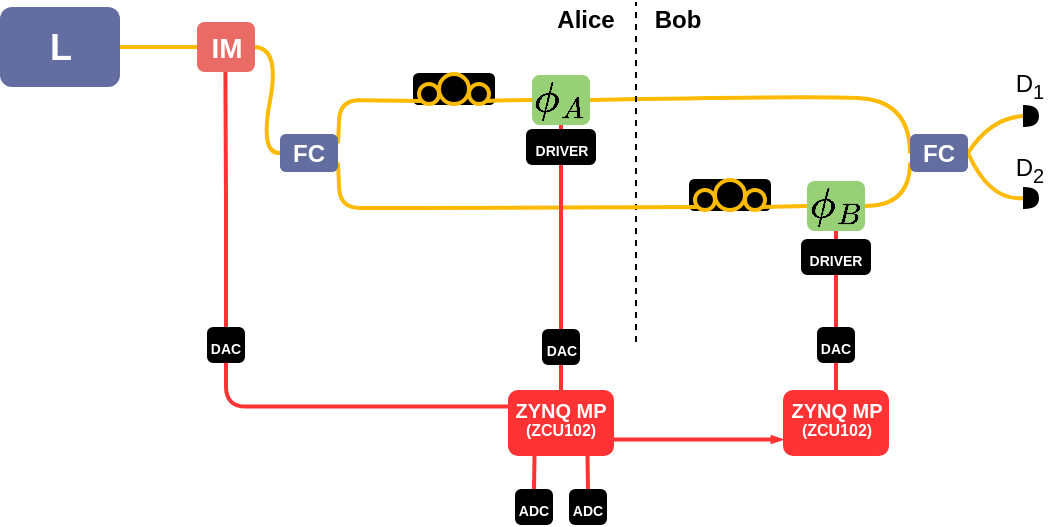
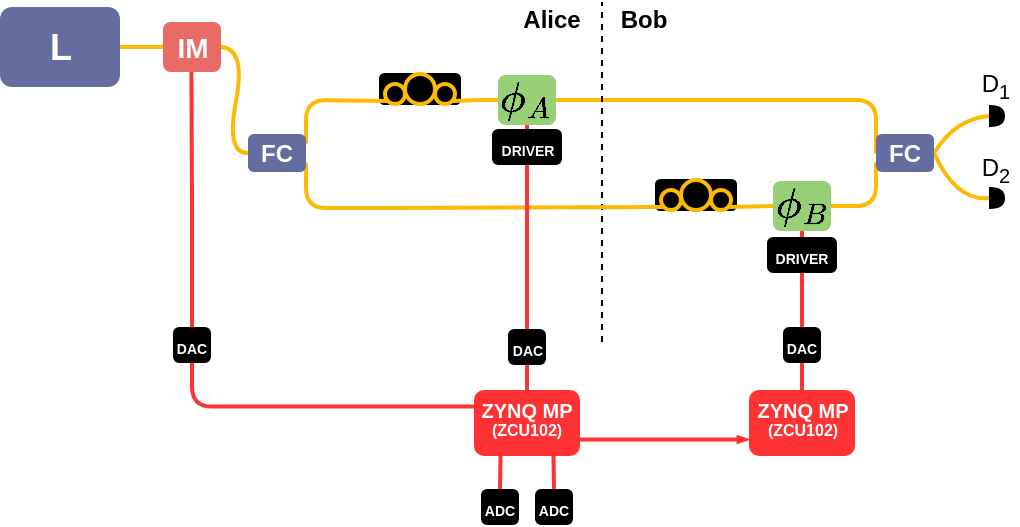
<mxfile host="app.diagrams.net">
  <diagram name="Page-1" id="bt3NkpqjZS3cuYJrdS0t">
-     <mxGraphModel dx="589" dy="371" grid="1" gridSize="10" guides="1" tooltips="1" connect="1" arrows="1" fold="1" page="1" pageScale="1" pageWidth="850" pageHeight="1100" math="1" shadow="0">
+     <mxGraphModel dx="710" dy="448" grid="1" gridSize="10" guides="1" tooltips="1" connect="1" arrows="1" fold="1" page="1" pageScale="1" pageWidth="850" pageHeight="1100" math="1" shadow="0">
      <root>
        <mxCell id="0" />
        <mxCell id="1" parent="0" />
        <mxCell id="ALIwHZp58yYmGM4V3dEf-1" edge="1" parent="1" source="ALIwHZp58yYmGM4V3dEf-6" style="edgeStyle=orthogonalEdgeStyle;rounded=1;orthogonalLoop=1;jettySize=auto;html=1;entryX=0.5;entryY=1;entryDx=0;entryDy=0;endArrow=none;endFill=0;strokeColor=#FF3333;strokeWidth=2;exitX=0;exitY=0.25;exitDx=0;exitDy=0;curved=0;" target="ALIwHZp58yYmGM4V3dEf-55">
          <mxGeometry relative="1" as="geometry">
            <mxPoint x="297.3" y="288" as="sourcePoint" />
            <mxPoint x="297" y="193" as="targetPoint" />
          </mxGeometry>
        </mxCell>
        <mxCell id="ALIwHZp58yYmGM4V3dEf-2" edge="1" parent="1" source="ALIwHZp58yYmGM4V3dEf-55" style="edgeStyle=orthogonalEdgeStyle;rounded=0;orthogonalLoop=1;jettySize=auto;html=1;entryX=0.5;entryY=1;entryDx=0;entryDy=0;endArrow=none;endFill=0;strokeColor=#FF3333;strokeWidth=2;exitX=0.5;exitY=0;exitDx=0;exitDy=0;">
          <mxGeometry relative="1" as="geometry">
            <mxPoint x="292.7" y="125" as="sourcePoint" />
            <mxPoint x="292.7" y="76" as="targetPoint" />
          </mxGeometry>
        </mxCell>
        <mxCell id="ALIwHZp58yYmGM4V3dEf-3" edge="1" parent="1" source="ALIwHZp58yYmGM4V3dEf-53" style="edgeStyle=orthogonalEdgeStyle;rounded=0;orthogonalLoop=1;jettySize=auto;html=1;entryX=0.75;entryY=1;entryDx=0;entryDy=0;endArrow=none;endFill=0;strokeColor=#FF3333;strokeWidth=2;exitX=0.5;exitY=0;exitDx=0;exitDy=0;" target="ALIwHZp58yYmGM4V3dEf-6">
          <mxGeometry relative="1" as="geometry">
            <mxPoint x="479" y="291" as="sourcePoint" />
            <mxPoint x="479" y="274" as="targetPoint" />
          </mxGeometry>
        </mxCell>
        <mxCell id="ALIwHZp58yYmGM4V3dEf-4" edge="1" parent="1" source="ALIwHZp58yYmGM4V3dEf-54" style="edgeStyle=orthogonalEdgeStyle;rounded=0;orthogonalLoop=1;jettySize=auto;html=1;entryX=0.25;entryY=1;entryDx=0;entryDy=0;endArrow=none;endFill=0;strokeColor=#FF3333;strokeWidth=2;exitX=0.5;exitY=0;exitDx=0;exitDy=0;" target="ALIwHZp58yYmGM4V3dEf-6">
          <mxGeometry relative="1" as="geometry">
            <mxPoint x="446" y="285" as="sourcePoint" />
            <mxPoint x="446" y="270" as="targetPoint" />
          </mxGeometry>
        </mxCell>
        <mxCell id="ALIwHZp58yYmGM4V3dEf-5" edge="1" parent="1" source="ALIwHZp58yYmGM4V3dEf-45" style="edgeStyle=orthogonalEdgeStyle;rounded=0;orthogonalLoop=1;jettySize=auto;html=1;entryX=1;entryY=0.75;entryDx=0;entryDy=0;endArrow=none;endFill=0;strokeColor=#FF3333;strokeWidth=2;exitX=0;exitY=0.75;exitDx=0;exitDy=0;startArrow=blockThin;startFill=1;startSize=1;" target="ALIwHZp58yYmGM4V3dEf-6">
          <mxGeometry relative="1" as="geometry">
            <mxPoint x="542" y="301" as="sourcePoint" />
            <mxPoint x="542" y="252" as="targetPoint" />
          </mxGeometry>
        </mxCell>
        <mxCell id="ALIwHZp58yYmGM4V3dEf-6" parent="1" style="rounded=1;whiteSpace=wrap;html=1;fillColor=#FF3333;strokeColor=none;" value="&lt;div&gt;&lt;b&gt;&lt;font style=&quot;font-size: 10px; color: rgb(255, 255, 255);&quot;&gt;ZYNQ MP&lt;/font&gt;&lt;/b&gt;&lt;/div&gt;&lt;b&gt;&lt;font style=&quot;font-size: 8px; color: rgba(0, 0, 0, 0);&quot;&gt;(ZCU104)&lt;/font&gt;&lt;/b&gt;" vertex="1">
          <mxGeometry height="33" width="53" x="434" y="235" as="geometry" />
        </mxCell>
        <mxCell id="ALIwHZp58yYmGM4V3dEf-7" edge="1" parent="1" source="ALIwHZp58yYmGM4V3dEf-49" style="edgeStyle=orthogonalEdgeStyle;rounded=0;orthogonalLoop=1;jettySize=auto;html=1;entryX=0.5;entryY=1;entryDx=0;entryDy=0;endArrow=none;endFill=0;strokeColor=#FF3333;strokeWidth=2;exitX=0.5;exitY=0;exitDx=0;exitDy=0;" target="ALIwHZp58yYmGM4V3dEf-32">
          <mxGeometry relative="1" as="geometry">
            <mxPoint x="623.52" y="227" as="sourcePoint" />
            <mxPoint x="623.02" y="181" as="targetPoint" />
          </mxGeometry>
        </mxCell>
        <mxCell id="ALIwHZp58yYmGM4V3dEf-8" edge="1" parent="1" source="ALIwHZp58yYmGM4V3dEf-11" style="endArrow=none;html=1;rounded=0;curved=1;strokeColor=#FCBA03;strokeWidth=2;exitX=0;exitY=0.5;exitDx=0;exitDy=0;entryX=1;entryY=0.5;entryDx=0;entryDy=0;exitPerimeter=0;" target="ALIwHZp58yYmGM4V3dEf-43" value="">
          <mxGeometry height="50" relative="1" width="50" as="geometry">
            <Array as="points">
              <mxPoint x="675" y="141" />
            </Array>
            <mxPoint x="693" y="139.9999999999999" as="sourcePoint" />
            <mxPoint x="665" y="120.99999999999989" as="targetPoint" />
          </mxGeometry>
        </mxCell>
        <mxCell id="ALIwHZp58yYmGM4V3dEf-9" edge="1" parent="1" source="ALIwHZp58yYmGM4V3dEf-25" style="endArrow=none;html=1;rounded=0;curved=1;strokeColor=#FCBA03;strokeWidth=2;exitX=0;exitY=0.5;exitDx=0;exitDy=0;entryX=1;entryY=0.5;entryDx=0;entryDy=0;exitPerimeter=0;" target="ALIwHZp58yYmGM4V3dEf-43" value="">
          <mxGeometry height="50" relative="1" width="50" as="geometry">
            <Array as="points">
              <mxPoint x="675" y="99" />
            </Array>
            <mxPoint x="692" y="208" as="sourcePoint" />
            <mxPoint x="674" y="165" as="targetPoint" />
          </mxGeometry>
        </mxCell>
-         <mxCell id="ALIwHZp58yYmGM4V3dEf-10" edge="1" parent="1" source="ALIwHZp58yYmGM4V3dEf-32" style="endArrow=none;html=1;rounded=0;strokeWidth=2;strokeColor=#FCBA03;curved=1;entryX=0;entryY=0.75;entryDx=0;entryDy=0;exitX=1;exitY=0.5;exitDx=0;exitDy=0;" target="ALIwHZp58yYmGM4V3dEf-43" value="">
+         <mxCell id="ALIwHZp58yYmGM4V3dEf-10" edge="1" parent="1" source="ALIwHZp58yYmGM4V3dEf-32" style="endArrow=none;html=1;rounded=1;strokeWidth=2;strokeColor=#FCBA03;curved=0;entryX=0;entryY=0.75;entryDx=0;entryDy=0;exitX=1;exitY=0.5;exitDx=0;exitDy=0;" target="ALIwHZp58yYmGM4V3dEf-43" value="">
          <mxGeometry height="50" relative="1" width="50" as="geometry">
            <Array as="points">
              <mxPoint x="635" y="143" />
            </Array>
            <mxPoint x="614" y="145" as="sourcePoint" />
            <mxPoint x="692.5" y="143" as="targetPoint" />
          </mxGeometry>
        </mxCell>
        <mxCell id="ALIwHZp58yYmGM4V3dEf-11" parent="1" style="shape=or;whiteSpace=wrap;html=1;rotation=0;fillColor=#000000;" value="" vertex="1">
          <mxGeometry height="10" width="7" x="692" y="134" as="geometry" />
        </mxCell>
        <mxCell id="ALIwHZp58yYmGM4V3dEf-12" parent="1" style="rounded=1;whiteSpace=wrap;html=1;fillColor=#636DA0;strokeColor=none;" value="" vertex="1">
-           <mxGeometry height="40" width="60" x="180" y="43.5" as="geometry" />
+           <mxGeometry height="40" width="60" x="197" y="43.5" as="geometry" />
        </mxCell>
        <mxCell id="ALIwHZp58yYmGM4V3dEf-13" parent="1" style="text;html=1;whiteSpace=wrap;strokeColor=none;fillColor=none;align=center;verticalAlign=middle;rounded=0;" value="&lt;div align=&quot;center&quot;&gt;&lt;font style=&quot;font-size: 18px; color: rgb(255, 255, 255);&quot;&gt;&lt;b&gt;L&lt;/b&gt;&lt;/font&gt;&lt;/div&gt;" vertex="1">
-           <mxGeometry height="15" width="35" x="192.5" y="56" as="geometry" />
+           <mxGeometry height="15" width="35" x="209.5" y="56" as="geometry" />
        </mxCell>
        <mxCell id="ALIwHZp58yYmGM4V3dEf-14" edge="1" parent="1" source="ALIwHZp58yYmGM4V3dEf-42" style="endArrow=none;html=1;rounded=0;curved=1;strokeColor=#FCBA03;strokeWidth=2;exitX=0;exitY=0.5;exitDx=0;exitDy=0;entryX=1;entryY=0.5;entryDx=0;entryDy=0;" target="ALIwHZp58yYmGM4V3dEf-38" value="">
          <mxGeometry height="50" relative="1" width="50" as="geometry">
            <Array as="points">
              <mxPoint x="310" y="117" />
              <mxPoint x="320" y="64" />
            </Array>
            <mxPoint x="318.5" y="102" as="sourcePoint" />
            <mxPoint x="311" y="87" as="targetPoint" />
          </mxGeometry>
        </mxCell>
        <mxCell id="ALIwHZp58yYmGM4V3dEf-15" parent="1" style="rounded=1;whiteSpace=wrap;html=1;fillColor=#000000;" value="" vertex="1">
          <mxGeometry height="15" width="40" x="387" y="77" as="geometry" />
        </mxCell>
        <mxCell id="ALIwHZp58yYmGM4V3dEf-16" parent="1" style="ellipse;whiteSpace=wrap;html=1;aspect=fixed;fillColor=#000000;strokeColor=light-dark(#FCBA03,#593A00);strokeWidth=2;" value="" vertex="1">
          <mxGeometry height="15" width="15" x="399.5" y="77" as="geometry" />
        </mxCell>
        <mxCell id="ALIwHZp58yYmGM4V3dEf-17" parent="1" style="ellipse;whiteSpace=wrap;html=1;aspect=fixed;fillColor=#000000;strokeColor=#FCBA03;strokeWidth=2;" value="" vertex="1">
          <mxGeometry height="10" width="10" x="389.5" y="82" as="geometry" />
        </mxCell>
        <mxCell id="ALIwHZp58yYmGM4V3dEf-18" parent="1" style="ellipse;whiteSpace=wrap;html=1;aspect=fixed;fillColor=#000000;strokeColor=#FCBA03;strokeWidth=2;" value="" vertex="1">
          <mxGeometry height="10" width="10" x="414.5" y="82" as="geometry" />
        </mxCell>
        <mxCell id="ALIwHZp58yYmGM4V3dEf-19" edge="1" parent="1" source="ALIwHZp58yYmGM4V3dEf-42" style="endArrow=none;html=1;rounded=1;curved=0;strokeWidth=2;strokeColor=#FCBA03;exitX=1;exitY=0.25;exitDx=0;exitDy=0;entryX=0;entryY=1;entryDx=0;entryDy=0;" target="ALIwHZp58yYmGM4V3dEf-17" value="">
          <mxGeometry height="50" relative="1" width="50" as="geometry">
            <Array as="points">
              <mxPoint x="350" y="90" />
            </Array>
            <mxPoint x="349" y="97" as="sourcePoint" />
            <mxPoint x="380" y="90" as="targetPoint" />
          </mxGeometry>
        </mxCell>
-         <mxCell id="ALIwHZp58yYmGM4V3dEf-20" edge="1" parent="1" source="ALIwHZp58yYmGM4V3dEf-18" style="endArrow=none;html=1;rounded=0;strokeWidth=2;strokeColor=#FCBA03;exitX=1;exitY=1;exitDx=0;exitDy=0;curved=1;entryX=0;entryY=0.5;entryDx=0;entryDy=0;" target="ALIwHZp58yYmGM4V3dEf-23" value="">
+         <mxCell id="ALIwHZp58yYmGM4V3dEf-20" edge="1" parent="1" source="ALIwHZp58yYmGM4V3dEf-18" style="endArrow=none;html=1;rounded=0;strokeWidth=2;strokeColor=#FCBA03;exitX=1;exitY=1;exitDx=0;exitDy=0;curved=0;entryX=0;entryY=0.5;entryDx=0;entryDy=0;" target="ALIwHZp58yYmGM4V3dEf-23" value="">
          <mxGeometry height="50" relative="1" width="50" as="geometry">
            <Array as="points">
              <mxPoint x="437" y="90" />
            </Array>
            <mxPoint x="450" y="109" as="sourcePoint" />
            <mxPoint x="445" y="91" as="targetPoint" />
          </mxGeometry>
        </mxCell>
        <mxCell id="ALIwHZp58yYmGM4V3dEf-21" parent="1" style="text;html=1;whiteSpace=wrap;strokeColor=none;fillColor=none;align=center;verticalAlign=middle;rounded=0;" value="D&lt;sub&gt;1&lt;/sub&gt;" vertex="1">
          <mxGeometry height="12" width="22" x="684" y="77" as="geometry" />
        </mxCell>
        <mxCell id="ALIwHZp58yYmGM4V3dEf-22" parent="1" style="text;html=1;whiteSpace=wrap;strokeColor=none;fillColor=none;align=center;verticalAlign=middle;rounded=0;" value="D&lt;sub&gt;2&lt;/sub&gt;" vertex="1">
          <mxGeometry height="13" width="22" x="684" y="118" as="geometry" />
        </mxCell>
        <mxCell id="ALIwHZp58yYmGM4V3dEf-23" parent="1" style="rounded=1;whiteSpace=wrap;html=1;fillColor=#97D077;strokeColor=none;" value="&lt;b&gt;&lt;font style=&quot;font-size: 18px;&quot;&gt;$$\phi_A$$&lt;/font&gt;&lt;/b&gt;" vertex="1">
          <mxGeometry height="25" width="29" x="446" y="77.5" as="geometry" />
        </mxCell>
-         <mxCell id="ALIwHZp58yYmGM4V3dEf-24" edge="1" parent="1" source="ALIwHZp58yYmGM4V3dEf-23" style="endArrow=none;html=1;rounded=0;strokeWidth=2;strokeColor=#FCBA03;curved=1;entryX=0;entryY=0.25;entryDx=0;entryDy=0;exitX=1;exitY=0.5;exitDx=0;exitDy=0;" value="">
-           <mxGeometry height="50" relative="1" width="50" as="geometry">
-             <Array as="points">
-               <mxPoint x="582" y="88" />
+         <mxCell id="ALIwHZp58yYmGM4V3dEf-24" edge="1" parent="1" source="ALIwHZp58yYmGM4V3dEf-23" style="endArrow=none;html=1;rounded=1;strokeWidth=2;strokeColor=#FCBA03;curved=0;entryX=0;entryY=0.25;entryDx=0;entryDy=0;exitX=1;exitY=0.5;exitDx=0;exitDy=0;" value="">
+           <mxGeometry height="50" relative="1" width="50" as="geometry">
+             <Array as="points">
              <mxPoint x="635" y="90" />
            </Array>
            <mxPoint x="489" y="103" as="sourcePoint" />
            <mxPoint x="635" y="116.75" as="targetPoint" />
          </mxGeometry>
        </mxCell>
        <mxCell id="ALIwHZp58yYmGM4V3dEf-25" parent="1" style="shape=or;whiteSpace=wrap;html=1;rotation=0;fillColor=#000000;" value="" vertex="1">
          <mxGeometry height="10" width="7" x="692" y="93" as="geometry" />
        </mxCell>
        <mxCell id="ALIwHZp58yYmGM4V3dEf-26" edge="1" parent="1" style="endArrow=none;dashed=1;html=1;rounded=0;" value="">
          <mxGeometry height="50" relative="1" width="50" as="geometry">
            <mxPoint x="498" y="211" as="sourcePoint" />
            <mxPoint x="498" y="41" as="targetPoint" />
          </mxGeometry>
        </mxCell>
        <mxCell id="ALIwHZp58yYmGM4V3dEf-27" parent="1" style="rounded=1;whiteSpace=wrap;html=1;fillColor=#000000;" value="" vertex="1">
          <mxGeometry height="15" width="40" x="525" y="130" as="geometry" />
        </mxCell>
        <mxCell id="ALIwHZp58yYmGM4V3dEf-28" parent="1" style="ellipse;whiteSpace=wrap;html=1;aspect=fixed;fillColor=#000000;strokeColor=light-dark(#FCBA03,#593A00);strokeWidth=2;" value="" vertex="1">
          <mxGeometry height="15" width="15" x="537.5" y="130" as="geometry" />
        </mxCell>
        <mxCell id="ALIwHZp58yYmGM4V3dEf-29" parent="1" style="ellipse;whiteSpace=wrap;html=1;aspect=fixed;fillColor=#000000;strokeColor=#FCBA03;strokeWidth=2;" value="" vertex="1">
          <mxGeometry height="10" width="10" x="527.5" y="135" as="geometry" />
        </mxCell>
        <mxCell id="ALIwHZp58yYmGM4V3dEf-30" parent="1" style="ellipse;whiteSpace=wrap;html=1;aspect=fixed;fillColor=#000000;strokeColor=#FCBA03;strokeWidth=2;" value="" vertex="1">
          <mxGeometry height="10" width="10" x="552.5" y="135" as="geometry" />
        </mxCell>
-         <mxCell id="ALIwHZp58yYmGM4V3dEf-31" edge="1" parent="1" source="ALIwHZp58yYmGM4V3dEf-30" style="endArrow=none;html=1;rounded=0;strokeWidth=2;strokeColor=#FCBA03;exitX=1;exitY=1;exitDx=0;exitDy=0;curved=1;entryX=0;entryY=0.5;entryDx=0;entryDy=0;" target="ALIwHZp58yYmGM4V3dEf-32" value="">
+         <mxCell id="ALIwHZp58yYmGM4V3dEf-31" edge="1" parent="1" source="ALIwHZp58yYmGM4V3dEf-30" style="endArrow=none;html=1;rounded=0;strokeWidth=2;strokeColor=#FCBA03;exitX=1;exitY=1;exitDx=0;exitDy=0;curved=0;entryX=0;entryY=0.5;entryDx=0;entryDy=0;" target="ALIwHZp58yYmGM4V3dEf-32" value="">
          <mxGeometry height="50" relative="1" width="50" as="geometry">
            <Array as="points" />
            <mxPoint x="587" y="162" as="sourcePoint" />
            <mxPoint x="570" y="130" as="targetPoint" />
          </mxGeometry>
        </mxCell>
        <mxCell id="ALIwHZp58yYmGM4V3dEf-32" parent="1" style="rounded=1;whiteSpace=wrap;html=1;fillColor=#97D077;strokeColor=none;" value="&lt;b&gt;&lt;font style=&quot;font-size: 18px;&quot;&gt;$$\phi_B$$&lt;/font&gt;&lt;/b&gt;" vertex="1">
          <mxGeometry height="25" width="29" x="583.5" y="130.5" as="geometry" />
        </mxCell>
        <mxCell id="ALIwHZp58yYmGM4V3dEf-33" edge="1" parent="1" source="ALIwHZp58yYmGM4V3dEf-42" style="endArrow=none;html=1;rounded=1;curved=0;strokeWidth=2;strokeColor=#FCBA03;entryX=0;entryY=1;entryDx=0;entryDy=0;exitX=1;exitY=0.75;exitDx=0;exitDy=0;" target="ALIwHZp58yYmGM4V3dEf-29" value="">
          <mxGeometry height="50" relative="1" width="50" as="geometry">
            <Array as="points">
              <mxPoint x="350" y="144" />
              <mxPoint x="380" y="144" />
            </Array>
-             <mxPoint x="360" y="160" as="sourcePoint" />
+             <mxPoint x="350" y="120" as="sourcePoint" />
            <mxPoint x="377.96446609406723" y="142.53553390593277" as="targetPoint" />
          </mxGeometry>
        </mxCell>
        <mxCell id="ALIwHZp58yYmGM4V3dEf-38" parent="1" style="rounded=1;whiteSpace=wrap;html=1;fillColor=#EA6B66;strokeColor=none;" value="&lt;font style=&quot;font-size: 14px; color: rgb(255, 255, 255);&quot;&gt;&lt;b&gt;&lt;font&gt;IM&lt;/font&gt;&lt;/b&gt;&lt;/font&gt;" vertex="1">
          <mxGeometry height="25" width="29" x="278.5" y="51" as="geometry" />
        </mxCell>
        <mxCell id="ALIwHZp58yYmGM4V3dEf-40" parent="1" style="text;html=1;whiteSpace=wrap;strokeColor=none;fillColor=none;align=center;verticalAlign=middle;rounded=0;" value="&lt;font face=&quot;Helvetica&quot;&gt;&lt;b&gt;Alice&lt;/b&gt;&lt;/font&gt;" vertex="1">
          <mxGeometry height="19" width="48" x="449" y="40" as="geometry" />
        </mxCell>
        <mxCell id="ALIwHZp58yYmGM4V3dEf-41" parent="1" style="text;html=1;whiteSpace=wrap;strokeColor=none;fillColor=none;align=center;verticalAlign=middle;rounded=0;" value="&lt;font face=&quot;Helvetica&quot;&gt;&lt;b&gt;Bob&lt;/b&gt;&lt;/font&gt;" vertex="1">
          <mxGeometry height="19" width="48" x="495" y="40" as="geometry" />
        </mxCell>
        <mxCell id="ALIwHZp58yYmGM4V3dEf-42" parent="1" style="rounded=1;whiteSpace=wrap;html=1;fillColor=#636DA0;strokeColor=none;" value="&lt;b style=&quot;color: rgb(255, 255, 255);&quot;&gt;FC&lt;/b&gt;" vertex="1">
-           <mxGeometry height="19" width="29" x="320" y="107" as="geometry" />
+           <mxGeometry height="19" width="29" x="321" y="107" as="geometry" />
        </mxCell>
        <mxCell id="ALIwHZp58yYmGM4V3dEf-43" parent="1" style="rounded=1;whiteSpace=wrap;html=1;fillColor=#636DA0;strokeColor=none;" value="&lt;b style=&quot;color: rgb(255, 255, 255);&quot;&gt;FC&lt;/b&gt;" vertex="1">
          <mxGeometry height="19" width="29" x="635" y="107" as="geometry" />
        </mxCell>
        <mxCell id="ALIwHZp58yYmGM4V3dEf-44" edge="1" parent="1" source="ALIwHZp58yYmGM4V3dEf-6" style="edgeStyle=orthogonalEdgeStyle;rounded=0;orthogonalLoop=1;jettySize=auto;html=1;entryX=0.5;entryY=1;entryDx=0;entryDy=0;endArrow=none;endFill=0;strokeColor=#FF3333;strokeWidth=2;exitX=0.5;exitY=0;exitDx=0;exitDy=0;" target="ALIwHZp58yYmGM4V3dEf-47">
          <mxGeometry relative="1" as="geometry">
            <Array as="points">
              <mxPoint x="460" y="230" />
              <mxPoint x="460" y="230" />
            </Array>
            <mxPoint x="360" y="230" as="sourcePoint" />
            <mxPoint x="460.5" y="205" as="targetPoint" />
          </mxGeometry>
        </mxCell>
        <mxCell id="ALIwHZp58yYmGM4V3dEf-45" parent="1" style="rounded=1;whiteSpace=wrap;html=1;fillColor=#FF3333;strokeColor=none;" value="&lt;div&gt;&lt;b style=&quot;color: rgb(255, 255, 255);&quot;&gt;&lt;font style=&quot;font-size: 10px;&quot;&gt;ZYNQ MP&lt;/font&gt;&lt;/b&gt;&lt;/div&gt;&lt;div&gt;&lt;b style=&quot;color: rgba(0, 0, 0, 0);&quot;&gt;&lt;font style=&quot;font-size: 8px;&quot;&gt;(ZYBO?)&lt;/font&gt;&lt;/b&gt;&lt;/div&gt;" vertex="1">
          <mxGeometry height="33" width="53" x="571.5" y="235" as="geometry" />
        </mxCell>
        <mxCell id="ALIwHZp58yYmGM4V3dEf-46" edge="1" parent="1" source="ALIwHZp58yYmGM4V3dEf-47" style="edgeStyle=orthogonalEdgeStyle;rounded=0;orthogonalLoop=1;jettySize=auto;html=1;entryX=0.5;entryY=1;entryDx=0;entryDy=0;endArrow=none;endFill=0;strokeColor=#FF3333;strokeWidth=2;" target="ALIwHZp58yYmGM4V3dEf-23">
          <mxGeometry relative="1" as="geometry" />
        </mxCell>
        <mxCell id="ALIwHZp58yYmGM4V3dEf-47" parent="1" style="rounded=1;whiteSpace=wrap;html=1;fillColor=#000000;fontColor=#FFFFFF;" value="&lt;b&gt;&lt;font style=&quot;font-size: 7px;&quot;&gt;DAC&lt;/font&gt;&lt;/b&gt;" vertex="1">
          <mxGeometry height="17" width="18" x="451.5" y="205" as="geometry" />
        </mxCell>
        <mxCell id="ALIwHZp58yYmGM4V3dEf-48" edge="1" parent="1" source="ALIwHZp58yYmGM4V3dEf-45" style="edgeStyle=orthogonalEdgeStyle;rounded=0;orthogonalLoop=1;jettySize=auto;html=1;entryX=0.5;entryY=1;entryDx=0;entryDy=0;endArrow=none;endFill=0;strokeColor=#FF3333;strokeWidth=2;exitX=0.5;exitY=0;exitDx=0;exitDy=0;" target="ALIwHZp58yYmGM4V3dEf-49">
          <mxGeometry relative="1" as="geometry">
            <mxPoint x="598.5" y="234" as="sourcePoint" />
            <mxPoint x="598" y="204" as="targetPoint" />
          </mxGeometry>
        </mxCell>
        <mxCell id="ALIwHZp58yYmGM4V3dEf-49" parent="1" style="rounded=1;whiteSpace=wrap;html=1;fillColor=#000000;fontColor=#FFFFFF;" value="&lt;b&gt;&lt;font style=&quot;font-size: 7px;&quot;&gt;DAC&lt;/font&gt;&lt;/b&gt;" vertex="1">
          <mxGeometry height="17" width="18" x="589" y="204" as="geometry" />
        </mxCell>
        <mxCell id="ALIwHZp58yYmGM4V3dEf-50" edge="1" parent="1" source="ALIwHZp58yYmGM4V3dEf-12" style="endArrow=none;html=1;rounded=0;strokeWidth=2;strokeColor=#FCBA03;curved=0;exitX=1;exitY=0.5;exitDx=0;exitDy=0;entryX=0;entryY=0.5;entryDx=0;entryDy=0;" target="ALIwHZp58yYmGM4V3dEf-38" value="">
          <mxGeometry height="50" relative="1" width="50" as="geometry">
            <Array as="points" />
            <mxPoint x="245.5" y="65.5" as="sourcePoint" />
            <mxPoint x="275.5" y="65.26" as="targetPoint" />
          </mxGeometry>
        </mxCell>
        <mxCell id="ALIwHZp58yYmGM4V3dEf-51" parent="1" style="text;html=1;whiteSpace=wrap;strokeColor=none;fillColor=none;align=center;verticalAlign=middle;rounded=0;" value="&lt;font style=&quot;font-size: 8px; color: rgb(255, 255, 255);&quot;&gt;&lt;b&gt;(ZCU102)&lt;/b&gt;&lt;/font&gt;" vertex="1">
          <mxGeometry height="16" width="45" x="438" y="246" as="geometry" />
        </mxCell>
        <mxCell id="ALIwHZp58yYmGM4V3dEf-52" parent="1" style="text;html=1;whiteSpace=wrap;strokeColor=none;fillColor=none;align=center;verticalAlign=middle;rounded=0;" value="&lt;font style=&quot;font-size: 8px; color: rgb(255, 255, 255);&quot;&gt;&lt;b&gt;(ZCU102)&lt;/b&gt;&lt;/font&gt;" vertex="1">
          <mxGeometry height="16" width="45" x="576" y="246" as="geometry" />
        </mxCell>
        <mxCell id="ALIwHZp58yYmGM4V3dEf-53" parent="1" style="rounded=1;whiteSpace=wrap;html=1;fillColor=#000000;fontColor=#FFFFFF;" value="&lt;b&gt;&lt;font style=&quot;font-size: 7px;&quot;&gt;ADC&lt;/font&gt;&lt;/b&gt;" vertex="1">
          <mxGeometry height="17" width="18" x="465" y="285" as="geometry" />
        </mxCell>
        <mxCell id="ALIwHZp58yYmGM4V3dEf-54" parent="1" style="rounded=1;whiteSpace=wrap;html=1;fillColor=#000000;fontColor=#FFFFFF;" value="&lt;b&gt;&lt;font style=&quot;font-size: 7px;&quot;&gt;ADC&lt;/font&gt;&lt;/b&gt;" vertex="1">
          <mxGeometry height="17" width="18" x="438" y="285" as="geometry" />
        </mxCell>
        <mxCell id="ALIwHZp58yYmGM4V3dEf-55" parent="1" style="rounded=1;whiteSpace=wrap;html=1;fillColor=#000000;fontColor=#FFFFFF;" value="&lt;b&gt;&lt;font style=&quot;font-size: 7px;&quot;&gt;DAC&lt;/font&gt;&lt;/b&gt;" vertex="1">
          <mxGeometry height="17" width="18" x="284" y="204" as="geometry" />
        </mxCell>
        <mxCell id="OGnmY-XUkWi1mDc-TkXg-1" parent="1" style="rounded=1;whiteSpace=wrap;html=1;fillColor=#000000;fontColor=#FFFFFF;" value="&lt;b&gt;&lt;font style=&quot;font-size: 7px;&quot;&gt;DRIVER&lt;/font&gt;&lt;/b&gt;" vertex="1">
          <mxGeometry height="17" width="34" x="443.5" y="105" as="geometry" />
        </mxCell>
        <mxCell id="OGnmY-XUkWi1mDc-TkXg-2" parent="1" style="rounded=1;whiteSpace=wrap;html=1;fillColor=#000000;fontColor=#FFFFFF;" value="&lt;b&gt;&lt;font style=&quot;font-size: 7px;&quot;&gt;DRIVER&lt;/font&gt;&lt;/b&gt;" vertex="1">
-           <mxGeometry height="17" width="34" x="581" y="160" as="geometry" />
+           <mxGeometry height="17" width="34" x="581" y="159" as="geometry" />
        </mxCell>
      </root>
    </mxGraphModel>
  </diagram>
</mxfile>
